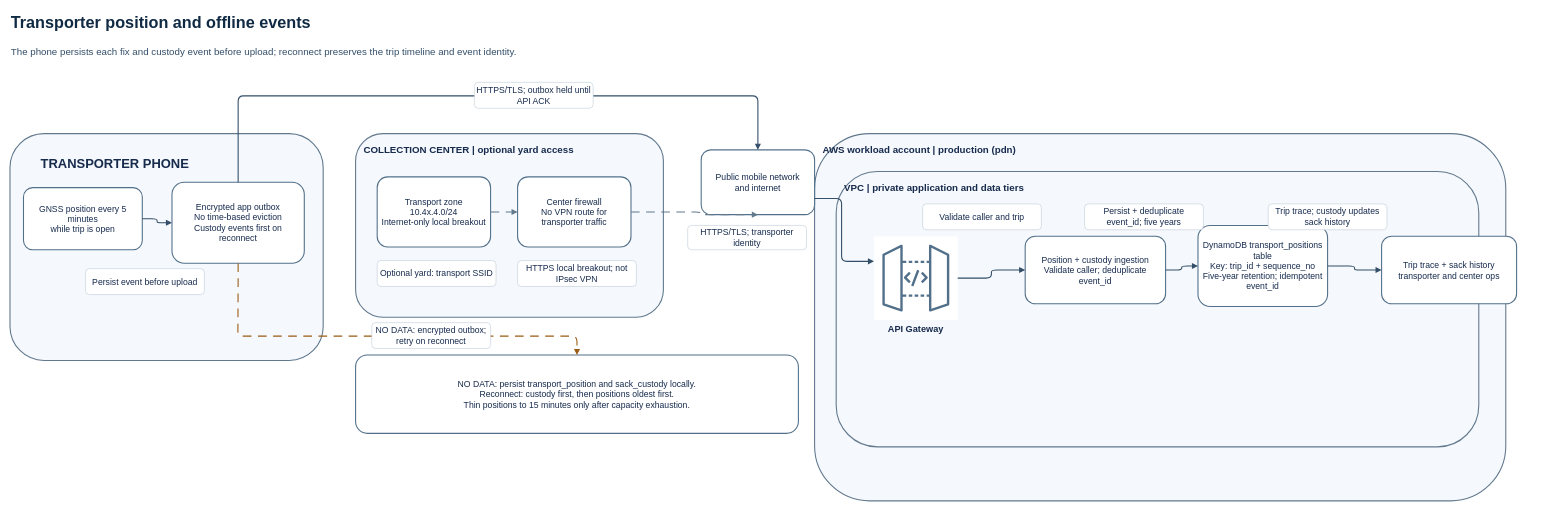
aroma-pacifico/aroma-pacifico-diagrams keeps this draw.io diagram as data-paths/transporter-position.drawio. Above is the earlier version. Source tidied: cells renumbered, new cells numbered last; positions are measured from the earlier drawing's top-left corner, leaving out a move shared by most shapes. Both pictures are drawn from the tidied source at 54%, with x=0, y=0 at pixel (10, 9).
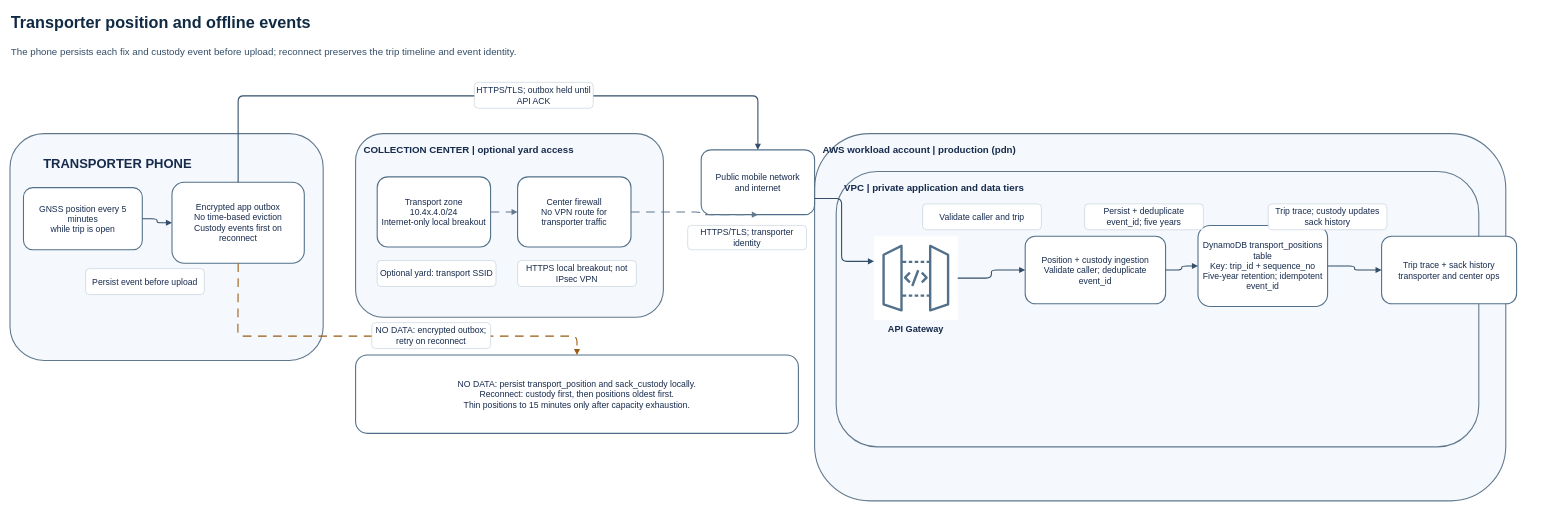
The same page after the edit.

Commit message (it also covers changes not shown here):
docs(architecture): resolve round 6 visual findings on diagrams

What changed in the source:
```diff
@@
-    <mxCell id="4" value="TRANSPORTER PHONE" style="rounded=1;whiteSpace=wrap;html=1;fillColor=#f5f8fc;strokeColor=#61788d;strokeWidth=2;fontColor=#172b4d;fontSize=24;fontStyle=1;align=left;verticalAlign=top;spacingLeft=55;spacingTop=35;" parent="1" vertex="1">
+    <mxCell id="4" value="TRANSPORTER PHONE" style="rounded=1;whiteSpace=wrap;html=1;fillColor=#f5f8fc;strokeColor=#61788d;strokeWidth=2;fontColor=#172b4d;fontSize=24;fontStyle=1;align=left;verticalAlign=top;spacingLeft=60;spacingTop=35;" parent="1" vertex="1">
       <mxGeometry y="230" width="580" height="420" as="geometry" />
     </mxCell>
```
